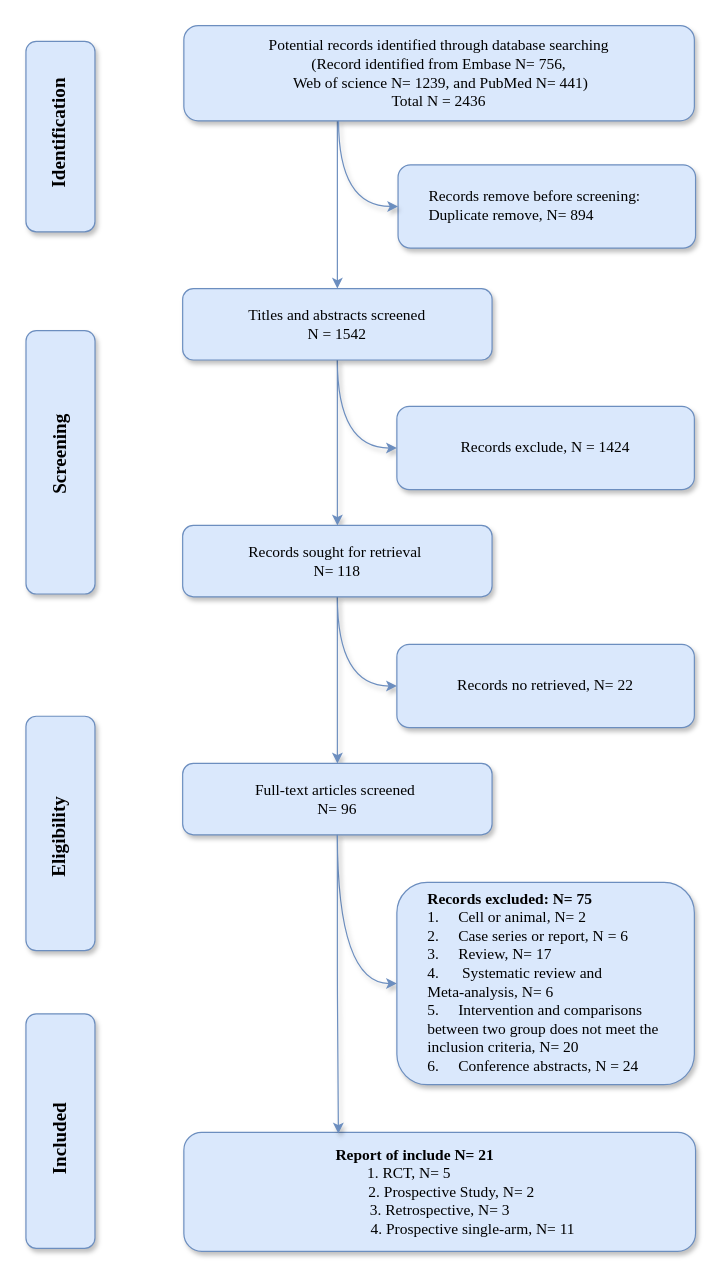
The draw.io diagram images/Untitled Diagram4.drawio in Marady-Hun/RiA3, before the edit. Source tidied: cells renumbered, new cells numbered last; positions are measured from the earlier drawing's top-left corner, leaving out a move shared by most shapes. Both pictures are drawn from the tidied source at 119%, with x=0, y=0 at pixel (-71, 25).
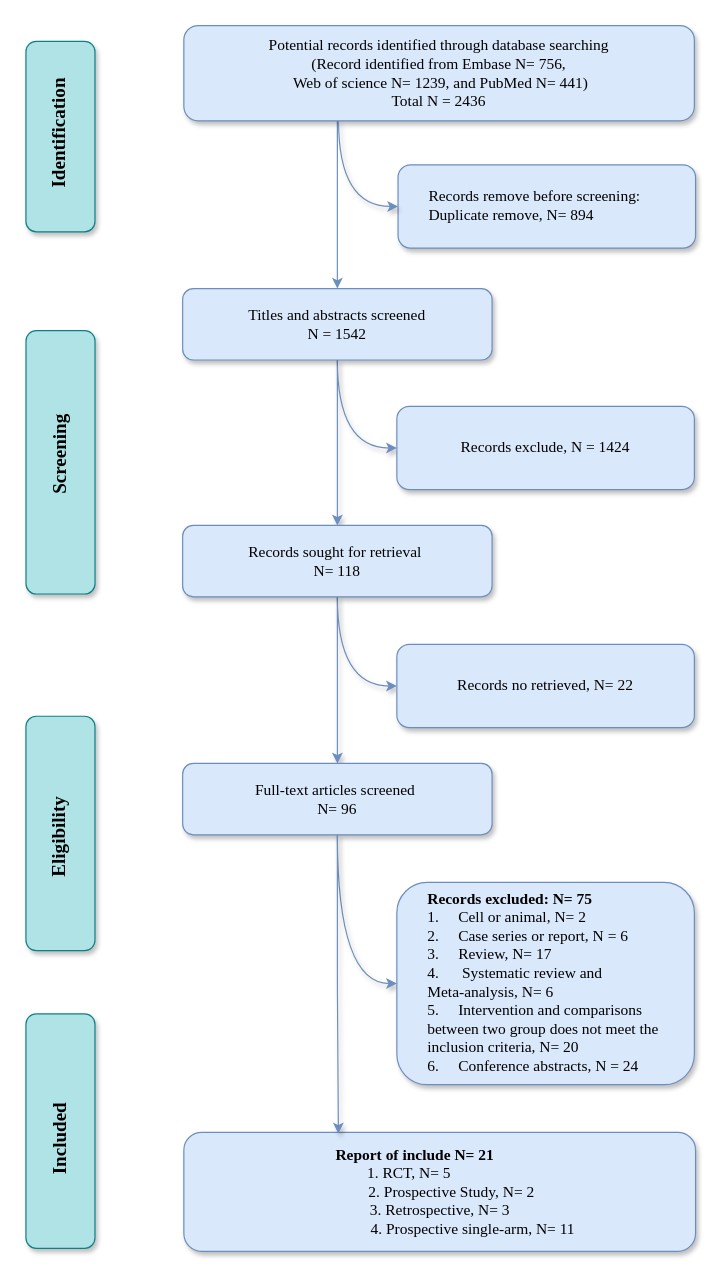
The same page after the edit.

What changed in the source:
```diff
@@
-    <mxCell id="19" value="Identification" style="whiteSpace=wrap;html=1;fontSize=16;fontFamily=Times New Roman;fillColor=#dae8fc;strokeColor=#6c8ebf;rounded=1;hachureGap=4;shadow=1;align=left;spacing=37;spacingRight=0;spacingBottom=2;verticalAlign=middle;direction=west;rotation=270;flipV=1;flipH=1;fontStyle=1;" parent="1" vertex="1">
+    <mxCell id="19" value="Identification" style="whiteSpace=wrap;html=1;fontSize=16;fontFamily=Times New Roman;fillColor=#b0e3e6;strokeColor=#0e8088;rounded=1;hachureGap=4;shadow=1;align=left;spacing=37;spacingRight=0;spacingBottom=2;verticalAlign=middle;direction=west;rotation=270;flipV=1;flipH=1;fontStyle=1;" parent="1" vertex="1">
       <mxGeometry x="30.3" y="64.3" width="160" height="58" as="geometry" />
     </mxCell>
-    <mxCell id="20" value="Screening" style="whiteSpace=wrap;html=1;fontSize=16;fontFamily=Times New Roman;fillColor=#dae8fc;strokeColor=#6c8ebf;rounded=1;hachureGap=4;shadow=1;align=left;spacing=84;spacingRight=0;spacingBottom=2;verticalAlign=middle;direction=west;rotation=270;flipV=1;flipH=1;fontStyle=1;" parent="1" vertex="1">
+    <mxCell id="20" value="Screening" style="whiteSpace=wrap;html=1;fontSize=16;fontFamily=Times New Roman;fillColor=#b0e3e6;strokeColor=#0e8088;rounded=1;hachureGap=4;shadow=1;align=left;spacing=84;spacingRight=0;spacingBottom=2;verticalAlign=middle;direction=west;rotation=270;flipV=1;flipH=1;fontStyle=1;" parent="1" vertex="1">
       <mxGeometry x="-0.3" y="338" width="221.3" height="58" as="geometry" />
     </mxCell>
-    <mxCell id="21" value="Eligibility" style="whiteSpace=wrap;html=1;fontSize=16;fontFamily=Times New Roman;fillColor=#dae8fc;strokeColor=#6c8ebf;rounded=1;hachureGap=4;shadow=1;align=left;spacing=62;spacingRight=0;spacingBottom=2;verticalAlign=middle;direction=west;rotation=270;flipV=1;flipH=1;fontStyle=1;" parent="1" vertex="1">
+    <mxCell id="21" value="Eligibility" style="whiteSpace=wrap;html=1;fontSize=16;fontFamily=Times New Roman;fillColor=#b0e3e6;strokeColor=#0e8088;rounded=1;hachureGap=4;shadow=1;align=left;spacing=62;spacingRight=0;spacingBottom=2;verticalAlign=middle;direction=west;rotation=270;flipV=1;flipH=1;fontStyle=1;" parent="1" vertex="1">
       <mxGeometry x="11.8" y="649.9" width="197" height="58" as="geometry" />
     </mxCell>
-    <mxCell id="22" value="Included" style="whiteSpace=wrap;html=1;fontSize=16;fontFamily=Times New Roman;fillColor=#dae8fc;strokeColor=#6c8ebf;rounded=1;hachureGap=4;shadow=1;align=left;spacing=62;spacingRight=0;spacingBottom=2;verticalAlign=middle;direction=west;rotation=270;flipV=1;flipH=1;fontStyle=1;" parent="1" vertex="1">
+    <mxCell id="22" value="Included" style="whiteSpace=wrap;html=1;fontSize=16;fontFamily=Times New Roman;fillColor=#b0e3e6;strokeColor=#0e8088;rounded=1;hachureGap=4;shadow=1;align=left;spacing=62;spacingRight=0;spacingBottom=2;verticalAlign=middle;direction=west;rotation=270;flipV=1;flipH=1;fontStyle=1;" parent="1" vertex="1">
       <mxGeometry x="11.8" y="900" width="197" height="58" as="geometry" />
     </mxCell>
```
